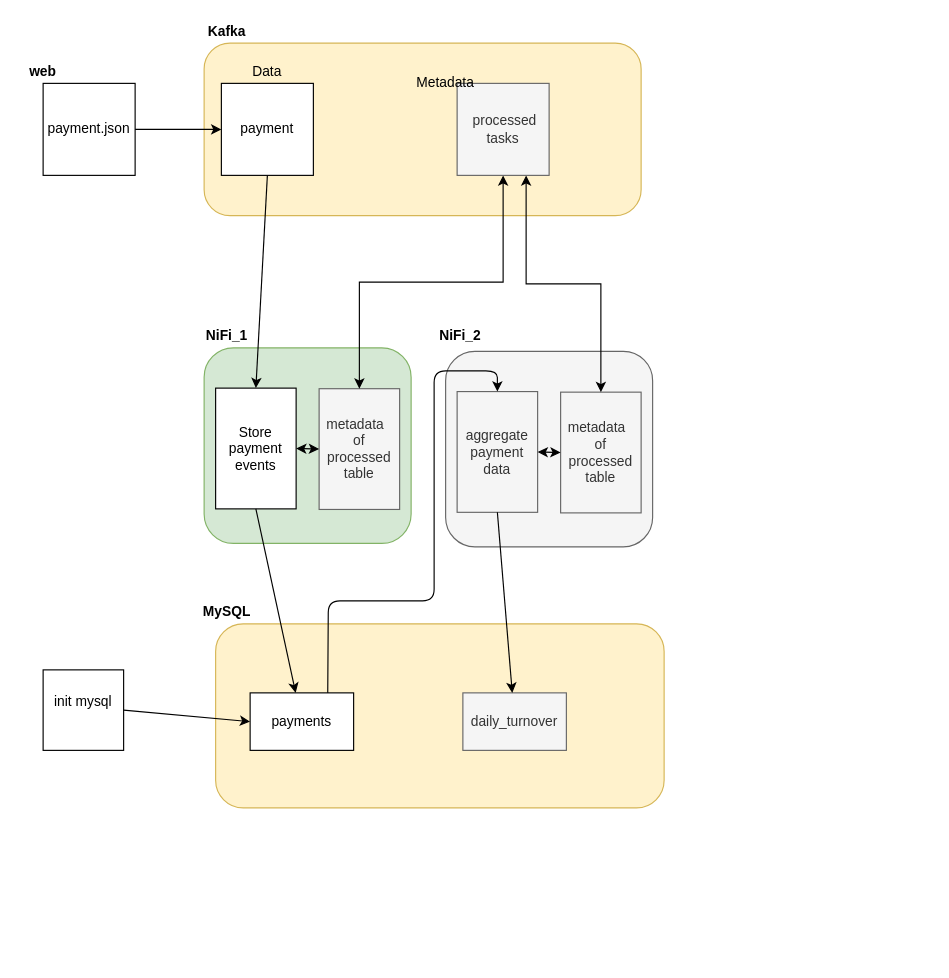
This is NiFi sync.drawio from Doragu/Apache-FlowFile, a draw.io file, before an edit. Source tidied: cells renumbered, new cells numbered last; positions are measured from the earlier drawing's top-left corner, leaving out a move shared by most shapes. Both pictures are drawn from the tidied source at 115%, with x=0, y=0 at pixel (20, 20).
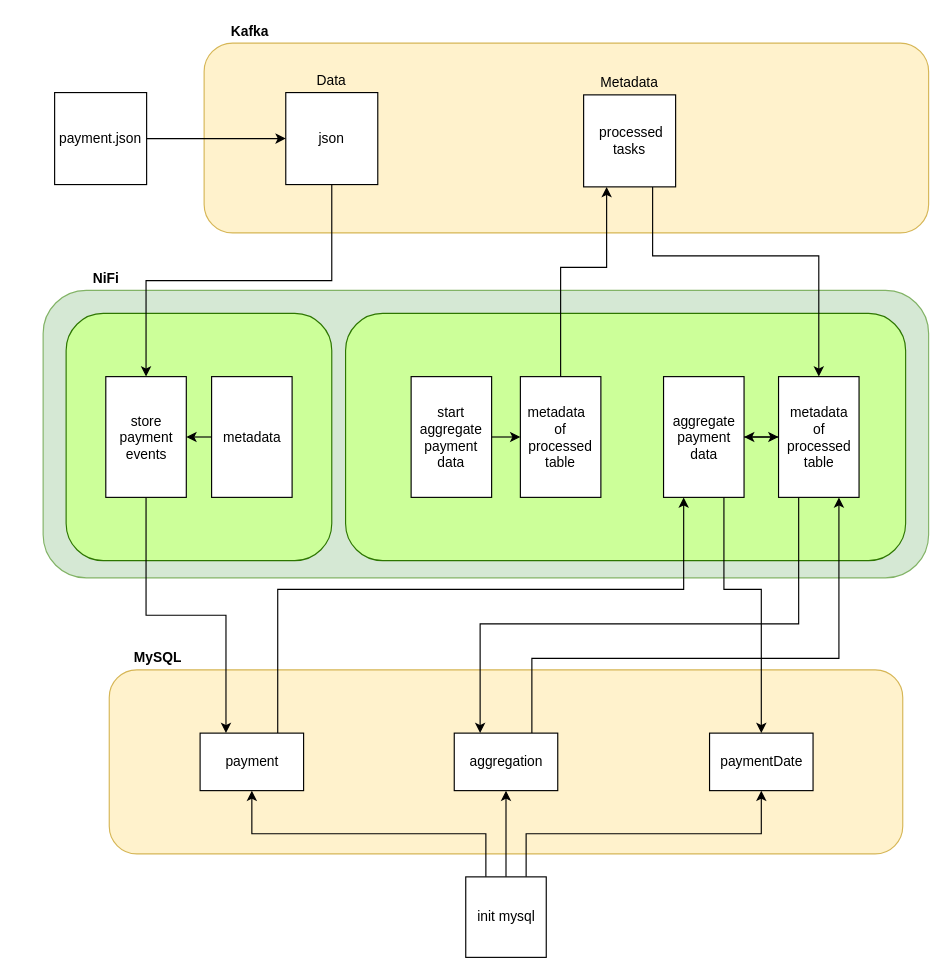
Above is the later version.

Diff of the diagram source:
```diff
@@
     <mxCell id="2" style="rounded=1;whiteSpace=wrap;html=1;fillColor=#d5e8d4;strokeColor=#82b366;" parent="1" vertex="1">
-      <mxGeometry x="160" y="285" width="180" height="170" as="geometry" />
+      <mxGeometry x="20" y="235" width="770" height="250" as="geometry" />
     </mxCell>
+    <mxCell id="33" style="rounded=1;whiteSpace=wrap;html=1;fillColor=#CCFF99;strokeColor=#2D7600;fontColor=#ffffff;" parent="1" vertex="1">
+      <mxGeometry x="283" y="255" width="487" height="215" as="geometry" />
+    </mxCell>
+    <mxCell id="34" style="rounded=1;whiteSpace=wrap;html=1;fillColor=#CCFF99;strokeColor=#2D7600;fontColor=#ffffff;" parent="1" vertex="1">
+      <mxGeometry x="40" y="255" width="231" height="215" as="geometry" />
+    </mxCell>
     <mxCell id="3" style="rounded=1;whiteSpace=wrap;html=1;fillColor=#fff2cc;strokeColor=#d6b656;" parent="1" vertex="1">
-      <mxGeometry x="160" y="20" width="380" height="150" as="geometry" />
+      <mxGeometry x="160" y="20" width="630" height="165" as="geometry" />
     </mxCell>
-    <mxCell id="4" value="Store payment events " style="rounded=0;whiteSpace=wrap;html=1;" parent="1" vertex="1">
-      <mxGeometry x="170" y="320" width="70" height="105" as="geometry" />
-    </mxCell>
     <mxCell id="5" style="rounded=1;whiteSpace=wrap;html=1;fillColor=#fff2cc;strokeColor=#d6b656;" parent="1" vertex="1">
-      <mxGeometry x="170" y="525" width="390" height="160" as="geometry" />
+      <mxGeometry x="77.5" y="565" width="690" height="160" as="geometry" />
     </mxCell>
-    <mxCell id="6" value="metadata&amp;nbsp;&amp;nbsp; of processed table" style="rounded=0;whiteSpace=wrap;html=1;fillColor=#f5f5f5;strokeColor=#666666;fontColor=#333333;" parent="1" vertex="1">
-      <mxGeometry x="260" y="320.5" width="70" height="105" as="geometry" />
-    </mxCell>
-    <mxCell id="7" style="endArrow=classic;startArrow=classic;html=1;startFill=1;entryX=0;entryY=0.5;entryDx=0;entryDy=0;exitX=1;exitY=0.5;exitDx=0;exitDy=0;" parent="1" edge="1" source="4" target="6">
-      <mxGeometry relative="1" as="geometry" />
-    </mxCell>
-    <mxCell id="8" style="rounded=1;whiteSpace=wrap;html=1;fillColor=#f5f5f5;strokeColor=#666666;fontColor=#333333;" parent="1" vertex="1">
-      <mxGeometry x="370" y="288" width="180" height="170" as="geometry" />
-    </mxCell>
-    <mxCell id="9" value="aggregate payment data" style="rounded=0;whiteSpace=wrap;html=1;fillColor=#f5f5f5;strokeColor=#666666;fontColor=#333333;" parent="1" vertex="1">
-      <mxGeometry x="380" y="323" width="70" height="105" as="geometry" />
-    </mxCell>
-    <mxCell id="10" value="metadata&amp;nbsp;&amp;nbsp; of processed table" style="rounded=0;whiteSpace=wrap;html=1;fillColor=#f5f5f5;strokeColor=#666666;fontColor=#333333;" parent="1" vertex="1">
-      <mxGeometry x="470" y="323.5" width="70" height="105" as="geometry" />
-    </mxCell>
-    <mxCell id="11" style="endArrow=classic;startArrow=classic;html=1;startFill=1;entryX=0;entryY=0.5;entryDx=0;entryDy=0;exitX=1;exitY=0.5;exitDx=0;exitDy=0;" parent="1" edge="1" source="9" target="10">
-      <mxGeometry relative="1" as="geometry" />
-    </mxCell>
+    <mxCell id="24" style="edgeStyle=orthogonalEdgeStyle;rounded=0;jettySize=auto;html=1;exitX=0.5;exitY=1;exitDx=0;exitDy=0;" parent="1" edge="1" source="12" target="4">
+      <mxGeometry relative="1" as="geometry" />
+    </mxCell>
-    <mxCell id="12" value="payment" style="whiteSpace=wrap;html=1;" parent="1" vertex="1">
-      <mxGeometry x="175" y="55" width="80" height="80" as="geometry" />
+    <mxCell id="12" value="json" style="whiteSpace=wrap;html=1;" parent="1" vertex="1">
+      <mxGeometry x="231" y="63" width="80" height="80" as="geometry" />
     </mxCell>
+    <mxCell id="14" style="edgeStyle=orthogonalEdgeStyle;rounded=0;jettySize=auto;html=1;exitX=1;exitY=0.5;exitDx=0;exitDy=0;" parent="1" edge="1" source="13" target="12">
+      <mxGeometry relative="1" as="geometry" />
+    </mxCell>
     <mxCell id="13" value="payment.json" style="whiteSpace=wrap;html=1;" parent="1" vertex="1">
-      <mxGeometry x="20" y="55" width="80" height="80" as="geometry" />
+      <mxGeometry x="30" y="63" width="80" height="80" as="geometry" />
     </mxCell>
-    <mxCell id="14" style="endArrow=classic;html=1;" parent="1" edge="1" source="13" target="12">
-      <mxGeometry relative="1" as="geometry" />
-    </mxCell>
     <mxCell id="15" value="Data" style="text;html=1;strokeColor=none;fillColor=none;align=center;verticalAlign=middle;whiteSpace=wrap;rounded=0;" parent="1" vertex="1">
-      <mxGeometry x="195" y="35" width="40" height="20" as="geometry" />
+      <mxGeometry x="251" y="43" width="40" height="20" as="geometry" />
     </mxCell>
-    <mxCell id="16" style="edgeStyle=orthogonalEdgeStyle;rounded=0;jettySize=auto;html=1;exitX=0.5;exitY=1;exitDx=0;exitDy=0;startArrow=classic;startFill=1;" parent="1" edge="1" source="18" target="6">
-      <mxGeometry relative="1" as="geometry" />
-    </mxCell>
-    <mxCell id="17" style="edgeStyle=orthogonalEdgeStyle;rounded=0;jettySize=auto;html=1;exitX=0.75;exitY=1;exitDx=0;exitDy=0;startArrow=classic;startFill=1;" parent="1" edge="1" source="18" target="10">
-      <mxGeometry relative="1" as="geometry" />
+    <mxCell id="17" style="edgeStyle=orthogonalEdgeStyle;rounded=0;jettySize=auto;html=1;exitX=0.75;exitY=1;exitDx=0;exitDy=0;entryX=0.5;entryY=0;entryDx=0;entryDy=0;" parent="1" edge="1" source="18" target="10">
+      <mxGeometry relative="1" as="geometry">
+        <Array as="points">
+          <mxPoint x="550" y="205" />
+          <mxPoint x="695" y="205" />
+        </Array>
+      </mxGeometry>
     </mxCell>
-    <mxCell id="18" value="&amp;nbsp;processed tasks" style="whiteSpace=wrap;html=1;fillColor=#f5f5f5;strokeColor=#666666;fontColor=#333333;" parent="1" vertex="1">
-      <mxGeometry x="380" y="55" width="80" height="80" as="geometry" />
+    <mxCell id="18" value="&amp;nbsp;processed&lt;br&gt;tasks" style="whiteSpace=wrap;html=1;" parent="1" vertex="1">
+      <mxGeometry x="490" y="65" width="80" height="80" as="geometry" />
     </mxCell>
     <mxCell id="19" value="Metadata" style="text;html=1;strokeColor=none;fillColor=none;align=center;verticalAlign=middle;whiteSpace=wrap;rounded=0;" parent="1" vertex="1">
-      <mxGeometry x="350" y="45" width="40" height="20" as="geometry" />
+      <mxGeometry x="510" y="45" width="40" height="20" as="geometry" />
     </mxCell>
     <mxCell id="20" value="&lt;b&gt;Kafka&lt;/b&gt;" style="text;html=1;strokeColor=none;fillColor=none;align=center;verticalAlign=middle;whiteSpace=wrap;rounded=0;" parent="1" vertex="1">
-      <mxGeometry x="160" width="40" height="20" as="geometry" />
+      <mxGeometry x="180" width="40" height="20" as="geometry" />
     </mxCell>
-    <mxCell id="21" value="&lt;b&gt;NiFi_1&lt;/b&gt;" style="text;html=1;strokeColor=none;fillColor=none;align=center;verticalAlign=middle;whiteSpace=wrap;rounded=0;" parent="1" vertex="1">
-      <mxGeometry x="160" y="265" width="40" height="20" as="geometry" />
+    <mxCell id="21" value="&lt;div&gt;&lt;b&gt;NiFi&lt;/b&gt;&lt;/div&gt;" style="text;html=1;strokeColor=none;fillColor=none;align=center;verticalAlign=middle;whiteSpace=wrap;rounded=0;" parent="1" vertex="1">
+      <mxGeometry x="54.5" y="215" width="40" height="20" as="geometry" />
     </mxCell>
-    <mxCell id="22" value="&lt;b&gt;NiFi_2&lt;/b&gt;" style="text;html=1;strokeColor=none;fillColor=none;align=center;verticalAlign=middle;whiteSpace=wrap;rounded=0;" parent="1" vertex="1">
-      <mxGeometry x="363" y="265" width="40" height="20" as="geometry" />
-    </mxCell>
     <mxCell id="23" value="&lt;b&gt;MySQL&lt;/b&gt;" style="text;html=1;strokeColor=none;fillColor=none;align=center;verticalAlign=middle;whiteSpace=wrap;rounded=0;" parent="1" vertex="1">
-      <mxGeometry x="160" y="505" width="40" height="20" as="geometry" />
+      <mxGeometry x="100" y="545" width="40" height="20" as="geometry" />
     </mxCell>
-    <mxCell id="24" style="endArrow=classic;html=1;entryX=0.5;entryY=0;entryDx=0;entryDy=0;exitX=0.5;exitY=1;exitDx=0;exitDy=0;" parent="1" edge="1" source="12" target="4">
-      <mxGeometry relative="1" as="geometry" />
-    </mxCell>
+    <mxCell id="27" value="paymentDate" style="rounded=0;whiteSpace=wrap;html=1;comic=0;glass=0;" parent="1" vertex="1">
+      <mxGeometry x="599.5" y="620" width="90" height="50" as="geometry" />
+    </mxCell>
+    <mxCell id="35" style="edgeStyle=orthogonalEdgeStyle;rounded=0;jettySize=auto;html=1;exitX=0.75;exitY=0;exitDx=0;exitDy=0;entryX=0.5;entryY=1;entryDx=0;entryDy=0;" parent="1" edge="1" source="31" target="27">
+      <mxGeometry relative="1" as="geometry" />
+    </mxCell>
+    <mxCell id="36" style="edgeStyle=orthogonalEdgeStyle;rounded=0;jettySize=auto;html=1;exitX=0.5;exitY=0;exitDx=0;exitDy=0;entryX=0.5;entryY=1;entryDx=0;entryDy=0;" parent="1" edge="1" source="31" target="38">
+      <mxGeometry relative="1" as="geometry" />
+    </mxCell>
+    <mxCell id="32" style="edgeStyle=orthogonalEdgeStyle;rounded=0;jettySize=auto;html=1;exitX=0.25;exitY=0;exitDx=0;exitDy=0;entryX=0.5;entryY=1;entryDx=0;entryDy=0;" parent="1" edge="1" source="31" target="26">
+      <mxGeometry relative="1" as="geometry" />
+    </mxCell>
+    <mxCell id="31" value="&lt;div&gt;init mysql&lt;/div&gt;" style="whiteSpace=wrap;html=1;" parent="1" vertex="1">
+      <mxGeometry x="387.5" y="745" width="70" height="70" as="geometry" />
+    </mxCell>
+    <mxCell id="37" style="edgeStyle=orthogonalEdgeStyle;rounded=0;jettySize=auto;html=1;exitX=0.75;exitY=0;exitDx=0;exitDy=0;entryX=0.75;entryY=1;entryDx=0;entryDy=0;" parent="1" edge="1" source="38" target="10">
+      <mxGeometry relative="1" as="geometry">
+        <Array as="points">
+          <mxPoint x="445" y="555" />
+          <mxPoint x="712" y="555" />
+        </Array>
+      </mxGeometry>
+    </mxCell>
+    <mxCell id="38" value="aggregation" style="rounded=0;whiteSpace=wrap;html=1;" parent="1" vertex="1">
+      <mxGeometry x="377.5" y="620" width="90" height="50" as="geometry" />
+    </mxCell>
+    <mxCell id="39" style="edgeStyle=orthogonalEdgeStyle;rounded=0;jettySize=auto;html=1;exitX=0.5;exitY=0;exitDx=0;exitDy=0;entryX=0.25;entryY=1;entryDx=0;entryDy=0;" parent="1" edge="1" source="6" target="18">
+      <mxGeometry relative="1" as="geometry">
+        <Array as="points">
+          <mxPoint x="470" y="215" />
+          <mxPoint x="510" y="215" />
+        </Array>
+      </mxGeometry>
+    </mxCell>
+    <mxCell id="40" style="group;rounded=0;glass=0;comic=0;" parent="1" vertex="1">
+      <mxGeometry x="559.5" y="310" width="170" height="105" as="geometry" />
+    </mxCell>
+    <mxCell id="9" value="aggregate&lt;br&gt;payment&lt;br&gt;data" style="rounded=0;whiteSpace=wrap;html=1;" parent="40" vertex="1">
+      <mxGeometry width="70" height="105" as="geometry" />
+    </mxCell>
+    <mxCell id="10" value="metadata&lt;br&gt;of&lt;br&gt;processed&lt;br&gt;table" style="rounded=0;whiteSpace=wrap;html=1;" parent="40" vertex="1">
+      <mxGeometry x="100" width="70" height="105" as="geometry" />
+    </mxCell>
+    <mxCell id="41" style="edgeStyle=orthogonalEdgeStyle;rounded=0;jettySize=auto;html=1;exitX=0;exitY=0.5;exitDx=0;exitDy=0;entryX=1;entryY=0.5;entryDx=0;entryDy=0;" parent="40" edge="1" source="10" target="9">
+      <mxGeometry relative="1" as="geometry" />
+    </mxCell>
+    <mxCell id="11" style="edgeStyle=orthogonalEdgeStyle;rounded=0;jettySize=auto;html=1;exitX=1;exitY=0.5;exitDx=0;exitDy=0;entryX=0;entryY=0.5;entryDx=0;entryDy=0;" parent="40" edge="1" source="9" target="10">
+      <mxGeometry relative="1" as="geometry" />
+    </mxCell>
+    <mxCell id="42" style="group;" parent="1" vertex="1">
+      <mxGeometry x="340" y="310" width="165" height="105" as="geometry" />
+    </mxCell>
+    <mxCell id="43" value="start&lt;br&gt;aggregate&lt;br&gt;payment&lt;br&gt;data" style="rounded=0;whiteSpace=wrap;html=1;" parent="42" vertex="1">
+      <mxGeometry width="70" height="105" as="geometry" />
+    </mxCell>
+    <mxCell id="6" value="metadata&amp;nbsp;&amp;nbsp; of processed table" style="rounded=0;whiteSpace=wrap;html=1;" parent="42" vertex="1">
+      <mxGeometry x="95" width="70" height="105" as="geometry" />
+    </mxCell>
+    <mxCell id="44" style="edgeStyle=orthogonalEdgeStyle;rounded=0;jettySize=auto;html=1;exitX=1;exitY=0.5;exitDx=0;exitDy=0;entryX=0;entryY=0.5;entryDx=0;entryDy=0;" parent="42" edge="1" source="43" target="6">
+      <mxGeometry relative="1" as="geometry" />
+    </mxCell>
+    <mxCell id="30" style="edgeStyle=orthogonalEdgeStyle;rounded=0;jettySize=auto;html=1;exitX=0.75;exitY=0;exitDx=0;exitDy=0;entryX=0.25;entryY=1;entryDx=0;entryDy=0;" parent="1" edge="1" source="26" target="9">
+      <mxGeometry relative="1" as="geometry">
+        <Array as="points">
+          <mxPoint x="224" y="495" />
+          <mxPoint x="577" y="495" />
+        </Array>
+      </mxGeometry>
+    </mxCell>
+    <mxCell id="26" value="&lt;div&gt;&lt;span&gt;payment&lt;/span&gt;&lt;br&gt;&lt;/div&gt;" style="rounded=0;whiteSpace=wrap;html=1;" parent="1" vertex="1">
+      <mxGeometry x="156.5" y="620" width="90" height="50" as="geometry" />
+    </mxCell>
-    <mxCell id="25" style="endArrow=classic;html=1;exitX=0.5;exitY=1;exitDx=0;exitDy=0;" parent="1" edge="1" source="4" target="26">
+    <mxCell id="25" style="edgeStyle=orthogonalEdgeStyle;rounded=0;jettySize=auto;html=1;exitX=0.5;exitY=1;exitDx=0;exitDy=0;entryX=0.25;entryY=0;entryDx=0;entryDy=0;" parent="1" edge="1" source="4" target="26">
       <mxGeometry relative="1" as="geometry" />
     </mxCell>
-    <mxCell id="26" value="payments" style="rounded=0;whiteSpace=wrap;html=1;" parent="1" vertex="1">
-      <mxGeometry x="200" y="585" width="90" height="50" as="geometry" />
-    </mxCell>
-    <mxCell id="27" value="daily_turnover" style="rounded=0;whiteSpace=wrap;html=1;fillColor=#f5f5f5;strokeColor=#666666;fontColor=#333333;" parent="1" vertex="1">
-      <mxGeometry x="385" y="585" width="90" height="50" as="geometry" />
-    </mxCell>
+    <mxCell id="4" value="store payment events " style="rounded=0;whiteSpace=wrap;html=1;" parent="1" vertex="1">
+      <mxGeometry x="74.5" y="310" width="70" height="105" as="geometry" />
+    </mxCell>
+    <mxCell id="45" value="metadata" style="rounded=0;whiteSpace=wrap;html=1;" parent="1" vertex="1">
+      <mxGeometry x="166.5" y="310" width="70" height="105" as="geometry" />
+    </mxCell>
+    <mxCell id="46" style="edgeStyle=orthogonalEdgeStyle;rounded=0;jettySize=auto;html=1;exitX=0;exitY=0.5;exitDx=0;exitDy=0;entryX=1;entryY=0.5;entryDx=0;entryDy=0;" parent="1" edge="1" source="45" target="4">
+      <mxGeometry relative="1" as="geometry" />
+    </mxCell>
+    <mxCell id="47" style="edgeStyle=orthogonalEdgeStyle;rounded=0;jettySize=auto;html=1;exitX=0.25;exitY=1;exitDx=0;exitDy=0;entryX=0.25;entryY=0;entryDx=0;entryDy=0;" parent="1" edge="1" source="10" target="38">
+      <mxGeometry relative="1" as="geometry">
+        <Array as="points">
+          <mxPoint x="677" y="525" />
+          <mxPoint x="400" y="525" />
+        </Array>
+      </mxGeometry>
+    </mxCell>
-    <mxCell id="28" style="endArrow=classic;html=1;exitX=0.5;exitY=1;exitDx=0;exitDy=0;" parent="1" edge="1" source="9" target="27">
-      <mxGeometry relative="1" as="geometry" />
+    <mxCell id="28" style="edgeStyle=orthogonalEdgeStyle;rounded=0;comic=0;jettySize=auto;html=1;exitX=0.75;exitY=1;exitDx=0;exitDy=0;entryX=0.5;entryY=0;entryDx=0;entryDy=0;shadow=0;strokeColor=#000000;" parent="1" edge="1" source="9" target="27">
+      <mxGeometry relative="1" as="geometry">
+        <Array as="points">
+          <mxPoint x="612" y="495" />
+          <mxPoint x="644" y="495" />
+        </Array>
+      </mxGeometry>
     </mxCell>
-    <mxCell id="29" value="&lt;b&gt;web&lt;/b&gt;" style="text;html=1;strokeColor=none;fillColor=none;align=center;verticalAlign=middle;whiteSpace=wrap;rounded=0;" parent="1" vertex="1">
-      <mxGeometry y="35" width="40" height="20" as="geometry" />
-    </mxCell>
-    <mxCell id="30" style="endArrow=classic;html=1;entryX=0.5;entryY=0;entryDx=0;entryDy=0;exitX=0.75;exitY=0;exitDx=0;exitDy=0;" parent="1" edge="1" source="26" target="9">
-      <mxGeometry relative="1" as="geometry">
-        <Array as="points">
-          <mxPoint x="268" y="505" />
-          <mxPoint x="360" y="505" />
-          <mxPoint x="360" y="305" />
-          <mxPoint x="415" y="305" />
-        </Array>
-      </mxGeometry>
-    </mxCell>
-    <mxCell id="31" value="&lt;div&gt;init mysql&lt;/div&gt;&lt;div&gt;&lt;br&gt;&lt;/div&gt;" style="whiteSpace=wrap;html=1;" parent="1" vertex="1">
-      <mxGeometry x="20" y="565" width="70" height="70" as="geometry" />
-    </mxCell>
-    <mxCell id="32" style="endArrow=classic;html=1;entryX=0;entryY=0.5;entryDx=0;entryDy=0;exitX=1;exitY=0.5;exitDx=0;exitDy=0;" parent="1" edge="1" source="31" target="26">
-      <mxGeometry relative="1" as="geometry" />
-    </mxCell>
```
